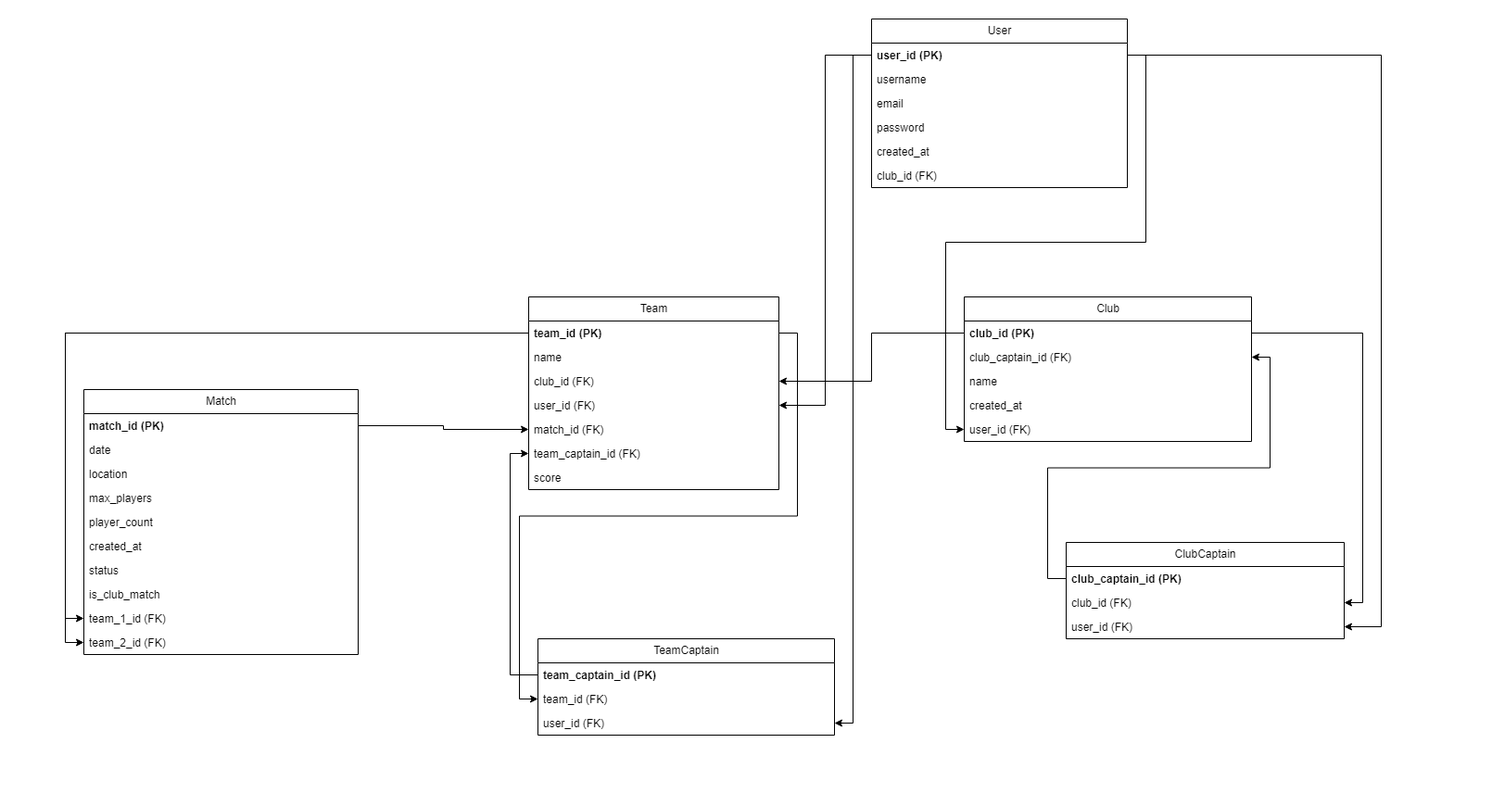
Before: MLD.drawio.png, a diagram exported from draw.io (Mathistrg/Styx). Source tidied: cells renumbered, new cells last; positions are measured from the earlier drawing's top-left corner, leaving out a move shared by most shapes.
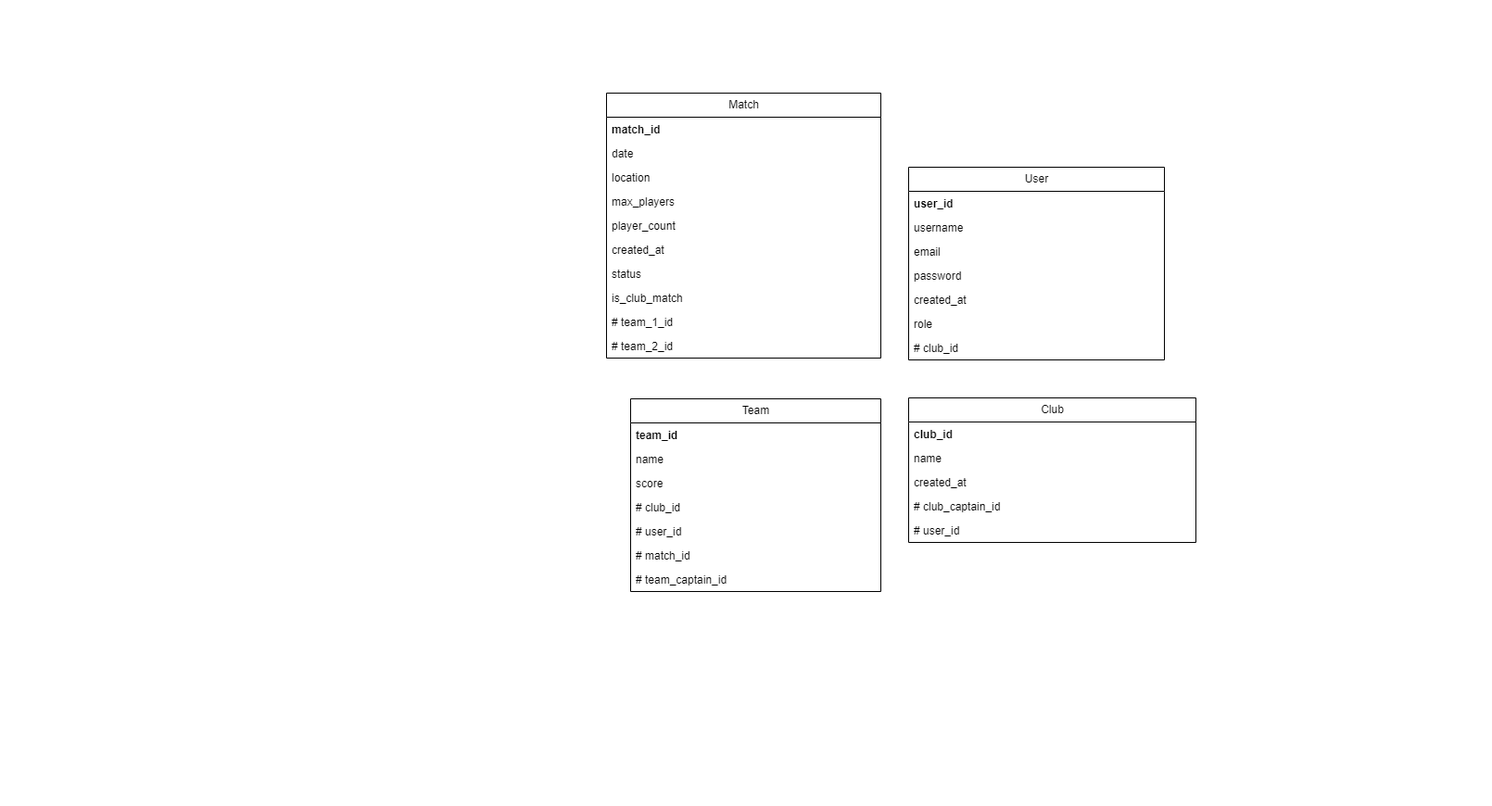
The same diagram one commit later.

Commit message:
Mettre à jour MLD.drawio.png

The edit, as a diff of the source:
```diff
@@ -8,5 +8,5 @@
     <mxCell id="3" value="User" style="swimlane;fontStyle=0;horizontal=1;startSize=26;fillColor=none;html=1;" parent="1" vertex="1">
-      <mxGeometry x="940" y="20" width="276" height="182" as="geometry" />
+      <mxGeometry x="980" y="180" width="276" height="208" as="geometry" />
     </mxCell>
-    <mxCell id="4" value="&lt;b&gt;user_id (PK)&lt;span style=&quot;white-space: pre;&quot;&gt;&#9;&lt;/span&gt;&lt;/b&gt;" style="text;strokeColor=none;fillColor=none;align=left;verticalAlign=top;spacingLeft=4;spacingRight=4;overflow=hidden;points=[[0,0.5],[1,0.5]];portConstraint=eastwest;whiteSpace=wrap;html=1;" parent="3" vertex="1">
+    <mxCell id="4" value="&lt;b&gt;user_id&lt;span style=&quot;white-space: pre;&quot;&gt;&#9;&lt;/span&gt;&lt;/b&gt;" style="text;strokeColor=none;fillColor=none;align=left;verticalAlign=top;spacingLeft=4;spacingRight=4;overflow=hidden;points=[[0,0.5],[1,0.5]];portConstraint=eastwest;whiteSpace=wrap;html=1;" parent="3" vertex="1">
       <mxGeometry y="26" width="276" height="26" as="geometry" />
@@ -25,9 +25,12 @@
     </mxCell>
+    <mxCell id="55" value="role" style="text;strokeColor=none;fillColor=none;align=left;verticalAlign=top;spacingLeft=4;spacingRight=4;overflow=hidden;whiteSpace=wrap;html=1;" parent="3" vertex="1">
+      <mxGeometry y="156" width="276" height="26" as="geometry" />
+    </mxCell>
-    <mxCell id="9" value="club_id (FK)&lt;span style=&quot;white-space: pre;&quot;&gt;&#9;&lt;/span&gt;&lt;span style=&quot;white-space: pre;&quot;&gt;&#9;&lt;/span&gt;" style="text;strokeColor=none;fillColor=none;align=left;verticalAlign=top;spacingLeft=4;spacingRight=4;overflow=hidden;whiteSpace=wrap;html=1;" parent="3" vertex="1">
-      <mxGeometry y="156" width="276" height="26" as="geometry" />
+    <mxCell id="9" value="# club_id&amp;nbsp;" style="text;strokeColor=none;fillColor=none;align=left;verticalAlign=top;spacingLeft=4;spacingRight=4;overflow=hidden;whiteSpace=wrap;html=1;" parent="3" vertex="1">
+      <mxGeometry y="182" width="276" height="26" as="geometry" />
     </mxCell>
     <mxCell id="10" value="Match" style="swimlane;fontStyle=0;horizontal=1;startSize=26;fillColor=none;html=1;" parent="1" vertex="1">
-      <mxGeometry x="90" y="420" width="296" height="286" as="geometry" />
+      <mxGeometry x="654" y="100" width="296" height="286" as="geometry" />
     </mxCell>
-    <mxCell id="11" value="&lt;b&gt;match_id (PK)&lt;span style=&quot;white-space: pre;&quot;&gt;&#9;&lt;/span&gt;&lt;span style=&quot;white-space: pre;&quot;&gt;&#9;&lt;/span&gt;&lt;/b&gt;" style="text;strokeColor=none;fillColor=none;align=left;verticalAlign=top;spacingLeft=4;spacingRight=4;overflow=hidden;points=[[0,0.5],[1,0.5]];portConstraint=eastwest;whiteSpace=wrap;html=1;" parent="10" vertex="1">
+    <mxCell id="11" value="&lt;b&gt;match_id&lt;span style=&quot;white-space: pre;&quot;&gt;&#9;&lt;/span&gt;&lt;span style=&quot;white-space: pre;&quot;&gt;&#9;&lt;/span&gt;&lt;/b&gt;" style="text;strokeColor=none;fillColor=none;align=left;verticalAlign=top;spacingLeft=4;spacingRight=4;overflow=hidden;points=[[0,0.5],[1,0.5]];portConstraint=eastwest;whiteSpace=wrap;html=1;" parent="10" vertex="1">
       <mxGeometry y="26" width="296" height="26" as="geometry" />
@@ -55,6 +58,6 @@
     </mxCell>
-    <mxCell id="19" value="team_1_id (FK)&lt;span style=&quot;white-space: pre;&quot;&gt;&#9;&lt;/span&gt;&lt;span style=&quot;white-space: pre;&quot;&gt;&#9;&lt;/span&gt;" style="text;strokeColor=none;fillColor=none;align=left;verticalAlign=top;spacingLeft=4;spacingRight=4;overflow=hidden;points=[[0,0.5],[1,0.5]];portConstraint=eastwest;whiteSpace=wrap;html=1;" parent="10" vertex="1">
+    <mxCell id="19" value="# team_1_id&amp;nbsp;" style="text;strokeColor=none;fillColor=none;align=left;verticalAlign=top;spacingLeft=4;spacingRight=4;overflow=hidden;points=[[0,0.5],[1,0.5]];portConstraint=eastwest;whiteSpace=wrap;html=1;" parent="10" vertex="1">
       <mxGeometry y="234" width="296" height="26" as="geometry" />
     </mxCell>
-    <mxCell id="20" value="team_2_id (FK)&lt;span style=&quot;white-space: pre;&quot;&gt;&#9;&lt;/span&gt;&lt;span style=&quot;white-space: pre;&quot;&gt;&#9;&lt;/span&gt;" style="text;strokeColor=none;fillColor=none;align=left;verticalAlign=top;spacingLeft=4;spacingRight=4;overflow=hidden;points=[[0,0.5],[1,0.5]];portConstraint=eastwest;whiteSpace=wrap;html=1;" parent="10" vertex="1">
+    <mxCell id="20" value="# team_2_id&amp;nbsp;" style="text;strokeColor=none;fillColor=none;align=left;verticalAlign=top;spacingLeft=4;spacingRight=4;overflow=hidden;points=[[0,0.5],[1,0.5]];portConstraint=eastwest;whiteSpace=wrap;html=1;" parent="10" vertex="1">
       <mxGeometry y="260" width="296" height="26" as="geometry" />
@@ -62,17 +65,17 @@
     <mxCell id="21" value="Club" style="swimlane;fontStyle=0;horizontal=1;startSize=26;fillColor=none;html=1;" parent="1" vertex="1">
-      <mxGeometry x="1040" y="320" width="310" height="156" as="geometry" />
+      <mxGeometry x="980" y="429" width="310" height="156" as="geometry" />
     </mxCell>
-    <mxCell id="22" value="&lt;b&gt;club_id (PK)&lt;span style=&quot;white-space: pre;&quot;&gt;&#9;&lt;/span&gt;&lt;span style=&quot;white-space: pre;&quot;&gt;&#9;&lt;/span&gt;&lt;/b&gt;" style="text;strokeColor=none;fillColor=none;align=left;verticalAlign=top;spacingLeft=4;spacingRight=4;overflow=hidden;points=[[0,0.5],[1,0.5]];portConstraint=eastwest;whiteSpace=wrap;html=1;" parent="21" vertex="1">
+    <mxCell id="22" value="&lt;b&gt;club_id&lt;/b&gt;" style="text;strokeColor=none;fillColor=none;align=left;verticalAlign=top;spacingLeft=4;spacingRight=4;overflow=hidden;points=[[0,0.5],[1,0.5]];portConstraint=eastwest;whiteSpace=wrap;html=1;" parent="21" vertex="1">
       <mxGeometry y="26" width="310" height="26" as="geometry" />
     </mxCell>
-    <mxCell id="23" value="club_captain_id (FK)&lt;span style=&quot;white-space: pre;&quot;&gt;&#9;&lt;/span&gt;&lt;span style=&quot;white-space: pre;&quot;&gt;&#9;&lt;/span&gt;" style="text;strokeColor=none;fillColor=none;align=left;verticalAlign=top;spacingLeft=4;spacingRight=4;overflow=hidden;points=[[0,0.5],[1,0.5]];portConstraint=eastwest;whiteSpace=wrap;html=1;" parent="21" vertex="1">
-      <mxGeometry y="52" width="310" height="26" as="geometry" />
-    </mxCell>
     <mxCell id="24" value="name&lt;span style=&quot;white-space: pre;&quot;&gt;&#9;&lt;/span&gt;&lt;span style=&quot;white-space: pre;&quot;&gt;&#9;&lt;/span&gt;" style="text;strokeColor=none;fillColor=none;align=left;verticalAlign=top;spacingLeft=4;spacingRight=4;overflow=hidden;whiteSpace=wrap;html=1;" parent="21" vertex="1">
-      <mxGeometry y="78" width="310" height="26" as="geometry" />
+      <mxGeometry y="52" width="310" height="26" as="geometry" />
     </mxCell>
     <mxCell id="25" value="created_at&lt;span style=&quot;white-space: pre;&quot;&gt;&#9;&lt;/span&gt;&lt;span style=&quot;white-space: pre;&quot;&gt;&#9;&lt;/span&gt;" style="text;strokeColor=none;fillColor=none;align=left;verticalAlign=top;spacingLeft=4;spacingRight=4;overflow=hidden;whiteSpace=wrap;html=1;" parent="21" vertex="1">
-      <mxGeometry y="104" width="310" height="26" as="geometry" />
+      <mxGeometry y="78" width="310" height="26" as="geometry" />
     </mxCell>
+    <mxCell id="23" value="# club_captain_id&amp;nbsp;" style="text;strokeColor=none;fillColor=none;align=left;verticalAlign=top;spacingLeft=4;spacingRight=4;overflow=hidden;points=[[0,0.5],[1,0.5]];portConstraint=eastwest;whiteSpace=wrap;html=1;" parent="21" vertex="1">
+      <mxGeometry y="104" width="310" height="26" as="geometry" />
+    </mxCell>
-    <mxCell id="26" value="user_id (FK)&lt;span style=&quot;white-space: pre;&quot;&gt;&#9;&lt;/span&gt;" style="text;strokeColor=none;fillColor=none;align=left;verticalAlign=top;spacingLeft=4;spacingRight=4;overflow=hidden;points=[[0,0.5],[1,0.5]];portConstraint=eastwest;whiteSpace=wrap;html=1;" parent="21" vertex="1">
+    <mxCell id="26" value="# user_id&amp;nbsp;" style="text;strokeColor=none;fillColor=none;align=left;verticalAlign=top;spacingLeft=4;spacingRight=4;overflow=hidden;points=[[0,0.5],[1,0.5]];portConstraint=eastwest;whiteSpace=wrap;html=1;" parent="21" vertex="1">
       <mxGeometry y="130" width="310" height="26" as="geometry" />
@@ -80,5 +83,5 @@
     <mxCell id="27" value="Team" style="swimlane;fontStyle=0;horizontal=1;startSize=26;fillColor=none;html=1;" parent="1" vertex="1">
-      <mxGeometry x="570" y="320" width="270" height="208" as="geometry" />
+      <mxGeometry x="680" y="430" width="270" height="208" as="geometry" />
     </mxCell>
-    <mxCell id="28" value="&lt;b&gt;team_id (PK)&lt;span style=&quot;white-space: pre;&quot;&gt;&#9;&lt;/span&gt;&lt;span style=&quot;white-space: pre;&quot;&gt;&#9;&lt;/span&gt;&lt;span style=&quot;white-space: pre;&quot;&gt;&#9;&lt;/span&gt;&lt;/b&gt;" style="text;strokeColor=none;fillColor=none;align=left;verticalAlign=top;spacingLeft=4;spacingRight=4;overflow=hidden;points=[[0,0.5],[1,0.5]];portConstraint=eastwest;whiteSpace=wrap;html=1;" parent="27" vertex="1">
+    <mxCell id="28" value="&lt;b&gt;team_id&amp;nbsp;&lt;/b&gt;" style="text;strokeColor=none;fillColor=none;align=left;verticalAlign=top;spacingLeft=4;spacingRight=4;overflow=hidden;points=[[0,0.5],[1,0.5]];portConstraint=eastwest;whiteSpace=wrap;html=1;" parent="27" vertex="1">
       <mxGeometry y="26" width="270" height="26" as="geometry" />
@@ -88,82 +91,17 @@
     </mxCell>
+    <mxCell id="34" value="score&lt;span style=&quot;white-space: pre;&quot;&gt;&#9;&lt;/span&gt;&lt;span style=&quot;white-space: pre;&quot;&gt;&#9;&lt;/span&gt;" style="text;strokeColor=none;fillColor=none;align=left;verticalAlign=top;spacingLeft=4;spacingRight=4;overflow=hidden;whiteSpace=wrap;html=1;" parent="27" vertex="1">
+      <mxGeometry y="78" width="270" height="26" as="geometry" />
+    </mxCell>
-    <mxCell id="30" value="club_id (FK)&lt;span style=&quot;white-space: pre;&quot;&gt;&#9;&lt;/span&gt;&lt;span style=&quot;white-space: pre;&quot;&gt;&#9;&lt;/span&gt;" style="text;strokeColor=none;fillColor=none;align=left;verticalAlign=top;spacingLeft=4;spacingRight=4;overflow=hidden;points=[[0,0.5],[1,0.5]];portConstraint=eastwest;whiteSpace=wrap;html=1;" parent="27" vertex="1">
-      <mxGeometry y="78" width="270" height="26" as="geometry" />
+    <mxCell id="30" value="# club_id&amp;nbsp;" style="text;strokeColor=none;fillColor=none;align=left;verticalAlign=top;spacingLeft=4;spacingRight=4;overflow=hidden;points=[[0,0.5],[1,0.5]];portConstraint=eastwest;whiteSpace=wrap;html=1;" parent="27" vertex="1">
+      <mxGeometry y="104" width="270" height="26" as="geometry" />
     </mxCell>
-    <mxCell id="31" value="user_id (FK)&lt;span style=&quot;white-space: pre;&quot;&gt;&#9;&lt;/span&gt;&lt;span style=&quot;white-space: pre;&quot;&gt;&#9;&lt;/span&gt;" style="text;strokeColor=none;fillColor=none;align=left;verticalAlign=top;spacingLeft=4;spacingRight=4;overflow=hidden;points=[[0,0.5],[1,0.5]];portConstraint=eastwest;whiteSpace=wrap;html=1;" parent="27" vertex="1">
-      <mxGeometry y="104" width="270" height="26" as="geometry" />
+    <mxCell id="31" value="# user_id&amp;nbsp;" style="text;strokeColor=none;fillColor=none;align=left;verticalAlign=top;spacingLeft=4;spacingRight=4;overflow=hidden;points=[[0,0.5],[1,0.5]];portConstraint=eastwest;whiteSpace=wrap;html=1;" parent="27" vertex="1">
+      <mxGeometry y="130" width="270" height="26" as="geometry" />
     </mxCell>
-    <mxCell id="32" value="match_id (FK)&lt;span style=&quot;white-space: pre;&quot;&gt;&#9;&lt;/span&gt;&lt;span style=&quot;white-space: pre;&quot;&gt;&#9;&lt;/span&gt;&lt;span style=&quot;white-space: pre;&quot;&gt;&#9;&lt;/span&gt;" style="text;strokeColor=none;fillColor=none;align=left;verticalAlign=top;spacingLeft=4;spacingRight=4;overflow=hidden;points=[[0,0.5],[1,0.5]];portConstraint=eastwest;whiteSpace=wrap;html=1;" parent="27" vertex="1">
-      <mxGeometry y="130" width="270" height="26" as="geometry" />
+    <mxCell id="32" value="# match_id&amp;nbsp;" style="text;strokeColor=none;fillColor=none;align=left;verticalAlign=top;spacingLeft=4;spacingRight=4;overflow=hidden;points=[[0,0.5],[1,0.5]];portConstraint=eastwest;whiteSpace=wrap;html=1;" parent="27" vertex="1">
+      <mxGeometry y="156" width="270" height="26" as="geometry" />
     </mxCell>
-    <mxCell id="33" value="team_captain_id (FK)&lt;span style=&quot;white-space: pre;&quot;&gt;&#9;&lt;/span&gt;&lt;span style=&quot;white-space: pre;&quot;&gt;&#9;&lt;/span&gt;" style="text;strokeColor=none;fillColor=none;align=left;verticalAlign=top;spacingLeft=4;spacingRight=4;overflow=hidden;points=[[0,0.5],[1,0.5]];portConstraint=eastwest;whiteSpace=wrap;html=1;" parent="27" vertex="1">
-      <mxGeometry y="156" width="270" height="26" as="geometry" />
+    <mxCell id="33" value="# team_captain_id&amp;nbsp;" style="text;strokeColor=none;fillColor=none;align=left;verticalAlign=top;spacingLeft=4;spacingRight=4;overflow=hidden;points=[[0,0.5],[1,0.5]];portConstraint=eastwest;whiteSpace=wrap;html=1;" parent="27" vertex="1">
+      <mxGeometry y="182" width="270" height="26" as="geometry" />
     </mxCell>
-    <mxCell id="34" value="score&lt;span style=&quot;white-space: pre;&quot;&gt;&#9;&lt;/span&gt;&lt;span style=&quot;white-space: pre;&quot;&gt;&#9;&lt;/span&gt;" style="text;strokeColor=none;fillColor=none;align=left;verticalAlign=top;spacingLeft=4;spacingRight=4;overflow=hidden;whiteSpace=wrap;html=1;" parent="27" vertex="1">
-      <mxGeometry y="182" width="270" height="26" as="geometry" />
-    </mxCell>
-    <mxCell id="35" value="TeamCaptain" style="swimlane;fontStyle=0;horizontal=1;startSize=26;fillColor=none;html=1;" parent="1" vertex="1">
-      <mxGeometry x="580" y="689" width="320" height="104" as="geometry" />
-    </mxCell>
-    <mxCell id="36" value="&lt;b&gt;team_captain_id (PK)&lt;span style=&quot;white-space: pre;&quot;&gt;&#9;&lt;/span&gt;&lt;/b&gt;" style="text;strokeColor=none;fillColor=none;align=left;verticalAlign=top;spacingLeft=4;spacingRight=4;overflow=hidden;points=[[0,0.5],[1,0.5]];portConstraint=eastwest;whiteSpace=wrap;html=1;" parent="35" vertex="1">
-      <mxGeometry y="26" width="320" height="26" as="geometry" />
-    </mxCell>
-    <mxCell id="37" value="team_id (FK)&lt;span style=&quot;white-space: pre;&quot;&gt;&#9;&lt;/span&gt;" style="text;strokeColor=none;fillColor=none;align=left;verticalAlign=top;spacingLeft=4;spacingRight=4;overflow=hidden;points=[[0,0.5],[1,0.5]];portConstraint=eastwest;whiteSpace=wrap;html=1;" parent="35" vertex="1">
-      <mxGeometry y="52" width="320" height="26" as="geometry" />
-    </mxCell>
-    <mxCell id="38" value="user_id (FK)&lt;span style=&quot;white-space: pre;&quot;&gt;&#9;&lt;/span&gt;&lt;span style=&quot;white-space: pre;&quot;&gt;&#9;&lt;/span&gt;" style="text;strokeColor=none;fillColor=none;align=left;verticalAlign=top;spacingLeft=4;spacingRight=4;overflow=hidden;points=[[0,0.5],[1,0.5]];portConstraint=eastwest;whiteSpace=wrap;html=1;" parent="35" vertex="1">
-      <mxGeometry y="78" width="320" height="26" as="geometry" />
-    </mxCell>
-    <mxCell id="39" value="ClubCaptain" style="swimlane;fontStyle=0;horizontal=1;startSize=26;fillColor=none;html=1;" parent="1" vertex="1">
-      <mxGeometry x="1150" y="585" width="300" height="104" as="geometry" />
-    </mxCell>
-    <mxCell id="40" value="&lt;b&gt;club_captain_id (PK)&lt;span style=&quot;white-space: pre;&quot;&gt;&#9;&lt;/span&gt;&lt;span style=&quot;white-space: pre;&quot;&gt;&#9;&lt;/span&gt;&lt;/b&gt;" style="text;strokeColor=none;fillColor=none;align=left;verticalAlign=top;spacingLeft=4;spacingRight=4;overflow=hidden;points=[[0,0.5],[1,0.5]];portConstraint=eastwest;whiteSpace=wrap;html=1;" parent="39" vertex="1">
-      <mxGeometry y="26" width="300" height="26" as="geometry" />
-    </mxCell>
-    <mxCell id="41" value="club_id (FK)&lt;span style=&quot;white-space: pre;&quot;&gt;&#9;&lt;/span&gt;&lt;span style=&quot;white-space: pre;&quot;&gt;&#9;&lt;/span&gt;" style="text;strokeColor=none;fillColor=none;align=left;verticalAlign=top;spacingLeft=4;spacingRight=4;overflow=hidden;points=[[0,0.5],[1,0.5]];portConstraint=eastwest;whiteSpace=wrap;html=1;" parent="39" vertex="1">
-      <mxGeometry y="52" width="300" height="26" as="geometry" />
-    </mxCell>
-    <mxCell id="42" value="user_id (FK)&lt;span style=&quot;white-space: pre;&quot;&gt;&#9;&lt;/span&gt;&lt;span style=&quot;white-space: pre;&quot;&gt;&#9;&lt;/span&gt;" style="text;strokeColor=none;fillColor=none;align=left;verticalAlign=top;spacingLeft=4;spacingRight=4;overflow=hidden;points=[[0,0.5],[1,0.5]];portConstraint=eastwest;whiteSpace=wrap;html=1;" parent="39" vertex="1">
-      <mxGeometry y="78" width="300" height="26" as="geometry" />
-    </mxCell>
-    <mxCell id="43" style="edgeStyle=orthogonalEdgeStyle;rounded=0;jettySize=auto;html=1;" parent="1" edge="1" source="40" target="23">
-      <mxGeometry relative="1" as="geometry" />
-    </mxCell>
-    <mxCell id="44" style="edgeStyle=orthogonalEdgeStyle;rounded=0;jettySize=auto;html=1;entryX=0;entryY=0.5;entryDx=0;entryDy=0;" parent="1" edge="1" source="4" target="26">
-      <mxGeometry relative="1" as="geometry" />
-    </mxCell>
-    <mxCell id="45" style="edgeStyle=orthogonalEdgeStyle;rounded=0;jettySize=auto;html=1;entryX=1;entryY=0.5;entryDx=0;entryDy=0;" parent="1" edge="1" source="22" target="30">
-      <mxGeometry relative="1" as="geometry" />
-    </mxCell>
-    <mxCell id="46" style="edgeStyle=orthogonalEdgeStyle;rounded=0;jettySize=auto;html=1;entryX=1;entryY=0.5;entryDx=0;entryDy=0;" parent="1" edge="1" source="4" target="42">
-      <mxGeometry relative="1" as="geometry">
-        <Array as="points">
-          <mxPoint x="1490" y="59" />
-          <mxPoint x="1490" y="676" />
-        </Array>
-      </mxGeometry>
-    </mxCell>
-    <mxCell id="47" style="edgeStyle=orthogonalEdgeStyle;rounded=0;jettySize=auto;html=1;entryX=1;entryY=0.5;entryDx=0;entryDy=0;" parent="1" edge="1" source="4" target="38">
-      <mxGeometry relative="1" as="geometry" />
-    </mxCell>
-    <mxCell id="48" style="edgeStyle=orthogonalEdgeStyle;rounded=0;jettySize=auto;html=1;entryX=0;entryY=0.5;entryDx=0;entryDy=0;" parent="1" edge="1" source="28" target="37">
-      <mxGeometry relative="1" as="geometry" />
-    </mxCell>
-    <mxCell id="49" style="edgeStyle=orthogonalEdgeStyle;rounded=0;jettySize=auto;html=1;entryX=0;entryY=0.5;entryDx=0;entryDy=0;" parent="1" edge="1" source="36" target="33">
-      <mxGeometry relative="1" as="geometry" />
-    </mxCell>
-    <mxCell id="50" style="edgeStyle=orthogonalEdgeStyle;rounded=0;jettySize=auto;html=1;" parent="1" edge="1" source="11" target="32">
-      <mxGeometry relative="1" as="geometry" />
-    </mxCell>
-    <mxCell id="51" style="edgeStyle=orthogonalEdgeStyle;rounded=0;jettySize=auto;html=1;" parent="1" edge="1" source="4" target="31">
-      <mxGeometry relative="1" as="geometry" />
-    </mxCell>
-    <mxCell id="52" style="edgeStyle=orthogonalEdgeStyle;rounded=0;jettySize=auto;html=1;entryX=1;entryY=0.5;entryDx=0;entryDy=0;" parent="1" edge="1" source="22" target="41">
-      <mxGeometry relative="1" as="geometry" />
-    </mxCell>
-    <mxCell id="53" style="edgeStyle=orthogonalEdgeStyle;rounded=0;jettySize=auto;html=1;entryX=0;entryY=0.5;entryDx=0;entryDy=0;" parent="1" edge="1" source="28" target="19">
-      <mxGeometry relative="1" as="geometry" />
-    </mxCell>
-    <mxCell id="54" style="edgeStyle=orthogonalEdgeStyle;rounded=0;jettySize=auto;html=1;entryX=0;entryY=0.5;entryDx=0;entryDy=0;" parent="1" edge="1" source="28" target="20">
-      <mxGeometry relative="1" as="geometry" />
-    </mxCell>
   </root>
```
